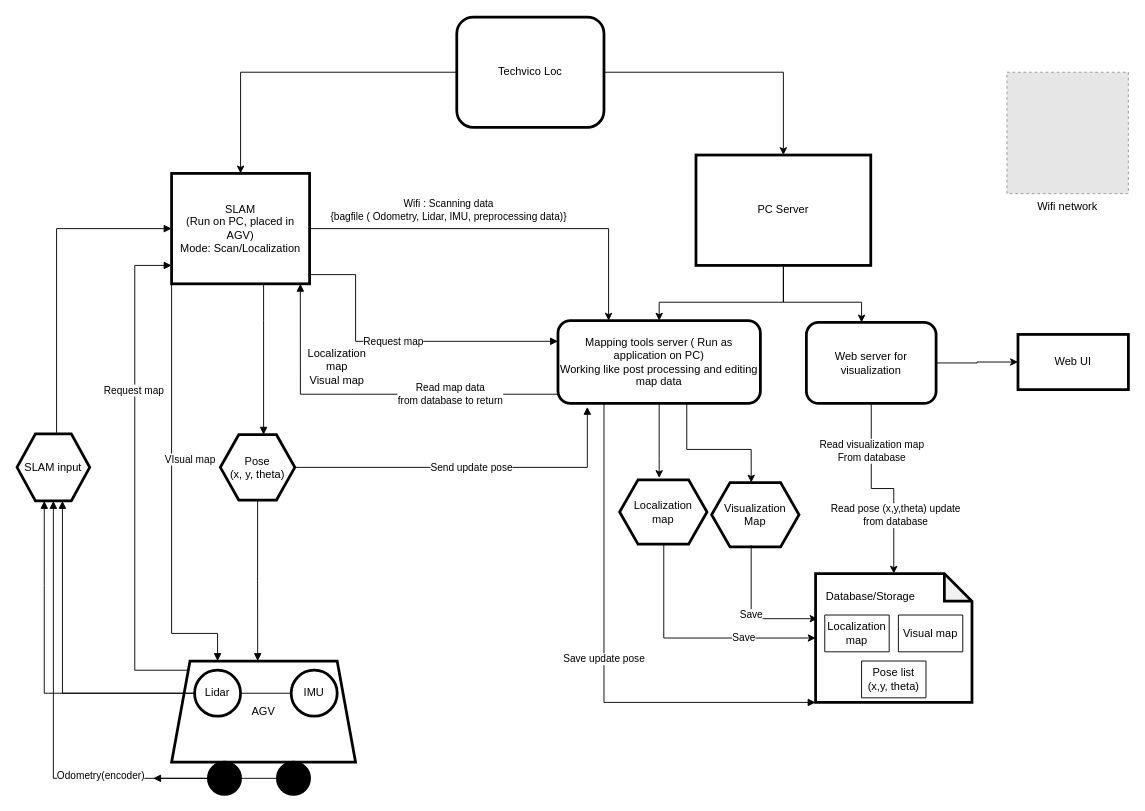
The draw.io diagram lidar2dcamera.drawio in tuencfs/code-samples, before the edit. Source tidied: cells renumbered, new cells numbered last; positions are measured from the earlier drawing's top-left corner, leaving out a move shared by most shapes. Both pictures are drawn from the tidied source at 92%, with x=0, y=0 at pixel (17, 17). Pictures stored in the file or linked from it are replaced by grey dashed boxes.
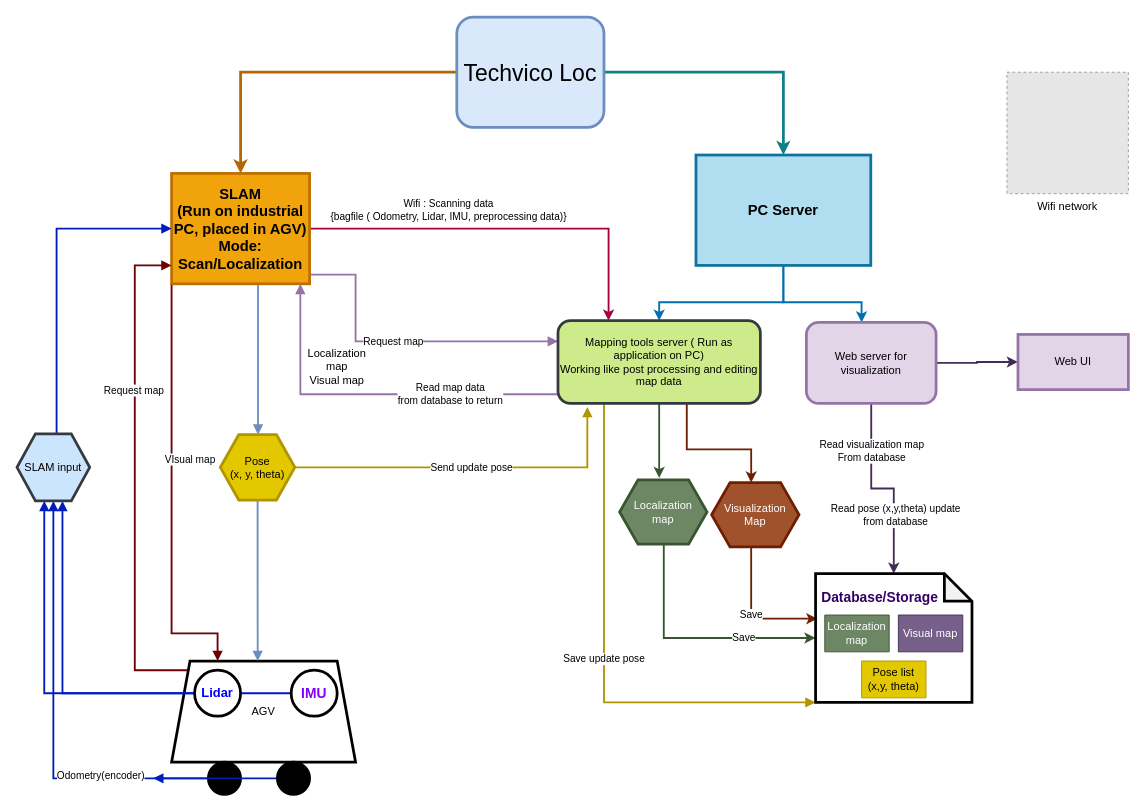
The same page after the edit.

The change refers to these unchanged cells:
```xml
<mxCell id="26" value="AGV" style="shape=trapezoid;perimeter=trapezoidPerimeter;whiteSpace=wrap;html=1;fixedSize=1;strokeWidth=3;" parent="1" vertex="1">
  <mxGeometry x="168" y="700" width="200" height="110" as="geometry" />
</mxCell>
<mxCell id="34" style="shape=note;whiteSpace=wrap;html=1;backgroundOutline=1;darkOpacity=0.05;strokeWidth=3;fillColor=none;" parent="1" vertex="1">
  <mxGeometry x="868" y="605" width="170" height="140" as="geometry" />
</mxCell>
<mxCell id="39" style="ellipse;whiteSpace=wrap;html=1;strokeWidth=3;fillColor=#000000;" parent="1" vertex="1">
  <mxGeometry x="208" y="810" width="35" height="35" as="geometry" />
</mxCell>
<mxCell id="41" style="ellipse;whiteSpace=wrap;html=1;strokeWidth=3;fillColor=#000000;" parent="1" vertex="1">
  <mxGeometry x="283" y="810" width="35" height="35" as="geometry" />
</mxCell>
```

Change to the diagram source:
```diff
@@
-    <mxCell id="2" style="edgeStyle=orthogonalEdgeStyle;rounded=0;jettySize=auto;html=1;entryX=0.5;entryY=0;entryDx=0;entryDy=0;" parent="1" edge="1" source="4" target="10">
+    <mxCell id="2" style="edgeStyle=orthogonalEdgeStyle;rounded=0;jettySize=auto;html=1;entryX=0.5;entryY=0;entryDx=0;entryDy=0;fillColor=#fad7ac;strokeColor=#b46504;strokeWidth=3;" parent="1" edge="1" source="4" target="10">
       <mxGeometry relative="1" as="geometry" />
     </mxCell>
-    <mxCell id="3" style="edgeStyle=orthogonalEdgeStyle;rounded=0;jettySize=auto;html=1;entryX=0.5;entryY=0;entryDx=0;entryDy=0;" parent="1" edge="1" source="4" target="13">
+    <mxCell id="3" style="edgeStyle=orthogonalEdgeStyle;rounded=0;jettySize=auto;html=1;entryX=0.5;entryY=0;entryDx=0;entryDy=0;fillColor=#b0e3e6;strokeColor=#0e8088;strokeWidth=3;" parent="1" edge="1" source="4" target="13">
       <mxGeometry relative="1" as="geometry" />
     </mxCell>
-    <mxCell id="4" value="Techvico Loc" style="rounded=1;whiteSpace=wrap;html=1;strokeWidth=3;" parent="1" vertex="1">
+    <mxCell id="4" value="&lt;font style=&quot;font-size: 25px&quot;&gt;Techvico Loc&lt;/font&gt;" style="rounded=1;whiteSpace=wrap;html=1;strokeWidth=3;fillColor=#dae8fc;strokeColor=#6c8ebf;" parent="1" vertex="1">
       <mxGeometry x="478" width="160" height="120" as="geometry" />
     </mxCell>
-    <mxCell id="5" value="Wifi : Scanning data &lt;br&gt;{bagfile ( Odometry, Lidar, IMU, preprocessing data)}" style="edgeStyle=orthogonalEdgeStyle;rounded=0;jettySize=auto;html=1;entryX=0.25;entryY=0;entryDx=0;entryDy=0;" parent="1" edge="1" source="10" target="23">
+    <mxCell id="5" value="Wifi : Scanning data &lt;br&gt;{bagfile ( Odometry, Lidar, IMU, preprocessing data)}" style="edgeStyle=orthogonalEdgeStyle;rounded=0;jettySize=auto;html=1;entryX=0.25;entryY=0;entryDx=0;entryDy=0;fillColor=#d80073;strokeColor=#A50040;strokeWidth=2;" parent="1" edge="1" source="10" target="23">
       <mxGeometry x="-0.29" y="20" relative="1" as="geometry" />
     </mxCell>
@@
-    <mxCell id="7" value="Request map" style="edgeStyle=orthogonalEdgeStyle;rounded=0;jettySize=auto;html=1;entryX=0;entryY=0.25;entryDx=0;entryDy=0;startArrow=none;startFill=0;endArrow=block;endFill=1;" parent="1" edge="1" target="23">
+    <mxCell id="7" value="Request map" style="edgeStyle=orthogonalEdgeStyle;rounded=0;jettySize=auto;html=1;entryX=0;entryY=0.25;entryDx=0;entryDy=0;startArrow=none;startFill=0;endArrow=block;endFill=1;fillColor=#e1d5e7;strokeColor=#9673a6;strokeWidth=2;" parent="1" edge="1" target="23">
       <mxGeometry relative="1" as="geometry">
         <mxPoint x="318" y="280" as="sourcePoint" />
         <Array as="points">
           <mxPoint x="310" y="280" />
           <mxPoint x="368" y="280" />
           <mxPoint x="368" y="352" />
         </Array>
       </mxGeometry>
     </mxCell>
-    <mxCell id="8" value="VIsual map" style="edgeStyle=orthogonalEdgeStyle;rounded=0;jettySize=auto;html=1;startArrow=none;startFill=0;endArrow=block;endFill=1;exitX=0;exitY=1;exitDx=0;exitDy=0;entryX=0.25;entryY=0;entryDx=0;entryDy=0;" parent="1" edge="1" source="10" target="26">
+    <mxCell id="8" value="VIsual map" style="edgeStyle=orthogonalEdgeStyle;rounded=0;jettySize=auto;html=1;startArrow=none;startFill=0;endArrow=block;endFill=1;exitX=0;exitY=1;exitDx=0;exitDy=0;entryX=0.25;entryY=0;entryDx=0;entryDy=0;fillColor=#a20025;strokeColor=#6F0000;strokeWidth=2;" parent="1" edge="1" source="10" target="26">
       <mxGeometry x="-0.17" y="20" relative="1" as="geometry">
         <Array as="points">
           <mxPoint x="168" y="670" />
           <mxPoint x="218" y="670" />
         </Array>
       </mxGeometry>
     </mxCell>
-    <mxCell id="9" style="edgeStyle=orthogonalEdgeStyle;rounded=0;jettySize=auto;html=1;startArrow=none;startFill=0;endArrow=block;endFill=1;" parent="1" edge="1" source="10" target="51">
+    <mxCell id="9" style="edgeStyle=orthogonalEdgeStyle;rounded=0;jettySize=auto;html=1;startArrow=none;startFill=0;endArrow=block;endFill=1;fillColor=#dae8fc;strokeColor=#6c8ebf;strokeWidth=2;" parent="1" edge="1" source="10" target="51">
       <mxGeometry relative="1" as="geometry">
         <Array as="points">
-          <mxPoint x="268" y="330" />
-          <mxPoint x="268" y="330" />
+          <mxPoint x="262" y="387" />
+          <mxPoint x="262" y="387" />
         </Array>
       </mxGeometry>
     </mxCell>
-    <mxCell id="10" value="SLAM&lt;br&gt;(Run on PC, placed in AGV)&lt;br&gt;Mode: Scan/Localization" style="rounded=0;whiteSpace=wrap;html=1;strokeWidth=3;" parent="1" vertex="1">
+    <mxCell id="10" value="&lt;font style=&quot;font-size: 16px&quot;&gt;&lt;b&gt;SLAM&lt;br&gt;(Run on industrial PC, placed in AGV)&lt;br&gt;Mode: Scan/Localization&lt;/b&gt;&lt;/font&gt;" style="rounded=0;whiteSpace=wrap;html=1;strokeWidth=3;fillColor=#f0a30a;strokeColor=#BD7000;fontColor=#000000;" parent="1" vertex="1">
       <mxGeometry x="168" y="170" width="150" height="120" as="geometry" />
     </mxCell>
-    <mxCell id="11" style="edgeStyle=orthogonalEdgeStyle;rounded=0;jettySize=auto;html=1;entryX=0.5;entryY=0;entryDx=0;entryDy=0;" parent="1" edge="1" source="13" target="23">
+    <mxCell id="11" style="edgeStyle=orthogonalEdgeStyle;rounded=0;jettySize=auto;html=1;entryX=0.5;entryY=0;entryDx=0;entryDy=0;fillColor=#1ba1e2;strokeColor=#006EAF;strokeWidth=2;" parent="1" edge="1" source="13" target="23">
       <mxGeometry relative="1" as="geometry">
         <Array as="points">
           <mxPoint x="833" y="310" />
           <mxPoint x="698" y="310" />
         </Array>
       </mxGeometry>
     </mxCell>
-    <mxCell id="12" style="edgeStyle=orthogonalEdgeStyle;rounded=0;jettySize=auto;html=1;" parent="1" edge="1" source="13" target="17">
+    <mxCell id="12" style="edgeStyle=orthogonalEdgeStyle;rounded=0;jettySize=auto;html=1;fillColor=#1ba1e2;strokeColor=#006EAF;strokeWidth=2;" parent="1" edge="1" source="13" target="17">
       <mxGeometry relative="1" as="geometry">
         <Array as="points">
           <mxPoint x="833" y="310" />
           <mxPoint x="918" y="310" />
         </Array>
       </mxGeometry>
     </mxCell>
-    <mxCell id="13" value="PC Server" style="rounded=0;whiteSpace=wrap;html=1;strokeWidth=3;" parent="1" vertex="1">
+    <mxCell id="13" value="&lt;font style=&quot;font-size: 16px&quot;&gt;&lt;b&gt;PC Server&lt;/b&gt;&lt;/font&gt;" style="rounded=0;whiteSpace=wrap;html=1;strokeWidth=3;fillColor=#b1ddf0;strokeColor=#10739e;" parent="1" vertex="1">
       <mxGeometry x="738" y="150" width="190" height="120" as="geometry" />
     </mxCell>
-    <mxCell id="14" value="Read visualization map&lt;br&gt;From database" style="edgeStyle=orthogonalEdgeStyle;rounded=0;jettySize=auto;html=1;" parent="1" edge="1" source="17" target="34">
+    <mxCell id="14" value="Read visualization map&lt;br&gt;From database" style="edgeStyle=orthogonalEdgeStyle;rounded=0;jettySize=auto;html=1;fillColor=#76608a;strokeColor=#432D57;strokeWidth=2;" parent="1" edge="1" source="17" target="34">
       <mxGeometry x="-0.49" relative="1" as="geometry">
         <mxPoint y="-1" as="offset" />
       </mxGeometry>
     </mxCell>
@@
-    <mxCell id="16" style="edgeStyle=orthogonalEdgeStyle;rounded=0;jettySize=auto;html=1;entryX=0;entryY=0.5;entryDx=0;entryDy=0;" parent="1" edge="1" source="17" target="33">
+    <mxCell id="16" style="edgeStyle=orthogonalEdgeStyle;rounded=0;jettySize=auto;html=1;entryX=0;entryY=0.5;entryDx=0;entryDy=0;fillColor=#76608a;strokeColor=#432D57;strokeWidth=2;" parent="1" edge="1" source="17" target="33">
       <mxGeometry relative="1" as="geometry" />
     </mxCell>
-    <mxCell id="17" value="Web server for visualization" style="rounded=1;whiteSpace=wrap;html=1;strokeWidth=3;" parent="1" vertex="1">
+    <mxCell id="17" value="Web server for visualization" style="rounded=1;whiteSpace=wrap;html=1;strokeWidth=3;fillColor=#e1d5e7;strokeColor=#9673a6;" parent="1" vertex="1">
       <mxGeometry x="858" y="332" width="141" height="88" as="geometry" />
     </mxCell>
-    <mxCell id="18" style="edgeStyle=orthogonalEdgeStyle;rounded=0;jettySize=auto;html=1;" parent="1" edge="1" source="23">
+    <mxCell id="18" style="edgeStyle=orthogonalEdgeStyle;rounded=0;jettySize=auto;html=1;fillColor=#6d8764;strokeColor=#3A5431;strokeWidth=2;" parent="1" edge="1" source="23">
       <mxGeometry relative="1" as="geometry">
         <mxPoint x="698" y="501" as="targetPoint" />
         <Array as="points">
           <mxPoint x="698" y="480" />
           <mxPoint x="698" y="480" />
         </Array>
       </mxGeometry>
     </mxCell>
-    <mxCell id="19" style="edgeStyle=orthogonalEdgeStyle;rounded=0;jettySize=auto;html=1;entryX=0.453;entryY=0;entryDx=0;entryDy=0;entryPerimeter=0;" parent="1" edge="1" source="23" target="53">
+    <mxCell id="19" style="edgeStyle=orthogonalEdgeStyle;rounded=0;jettySize=auto;html=1;entryX=0.453;entryY=0;entryDx=0;entryDy=0;entryPerimeter=0;fillColor=#a0522d;strokeColor=#6D1F00;strokeWidth=2;" parent="1" edge="1" source="23" target="53">
       <mxGeometry relative="1" as="geometry">
         <Array as="points">
           <mxPoint x="728" y="470" />
           <mxPoint x="798" y="470" />
         </Array>
       </mxGeometry>
     </mxCell>
-    <mxCell id="20" style="edgeStyle=orthogonalEdgeStyle;rounded=0;jettySize=auto;html=1;entryX=0.933;entryY=1;entryDx=0;entryDy=0;entryPerimeter=0;startArrow=none;startFill=0;endArrow=block;endFill=1;" parent="1" edge="1" source="23" target="10">
+    <mxCell id="20" style="edgeStyle=orthogonalEdgeStyle;rounded=0;jettySize=auto;html=1;entryX=0.933;entryY=1;entryDx=0;entryDy=0;entryPerimeter=0;startArrow=none;startFill=0;endArrow=block;endFill=1;fillColor=#e1d5e7;strokeColor=#9673a6;strokeWidth=2;" parent="1" edge="1" source="23" target="10">
       <mxGeometry relative="1" as="geometry">
         <Array as="points">
           <mxPoint x="308" y="410" />
         </Array>
       </mxGeometry>
     </mxCell>
@@
-    <mxCell id="22" value="Save update pose" style="edgeStyle=orthogonalEdgeStyle;rounded=0;jettySize=auto;html=1;entryX=0;entryY=1;entryDx=0;entryDy=0;entryPerimeter=0;startArrow=none;startFill=0;endArrow=block;endFill=1;" parent="1" edge="1" source="23" target="34">
+    <mxCell id="22" value="Save update pose" style="edgeStyle=orthogonalEdgeStyle;rounded=0;jettySize=auto;html=1;entryX=0;entryY=1;entryDx=0;entryDy=0;entryPerimeter=0;startArrow=none;startFill=0;endArrow=block;endFill=1;fillColor=#e3c800;strokeColor=#B09500;strokeWidth=2;" parent="1" edge="1" source="23" target="34">
       <mxGeometry relative="1" as="geometry">
         <Array as="points">
           <mxPoint x="638" y="745" />
         </Array>
       </mxGeometry>
     </mxCell>
-    <mxCell id="23" value="Mapping tools server ( Run as application on PC)&lt;br&gt;Working like post processing and editing map data" style="rounded=1;whiteSpace=wrap;html=1;strokeWidth=3;" parent="1" vertex="1">
+    <mxCell id="23" value="Mapping tools server ( Run as application on PC)&lt;br&gt;Working like post processing and editing map data" style="rounded=1;whiteSpace=wrap;html=1;strokeWidth=3;fillColor=#cdeb8b;strokeColor=#36393d;" parent="1" vertex="1">
       <mxGeometry x="588" y="330" width="220" height="90" as="geometry" />
     </mxCell>
-    <mxCell id="24" style="edgeStyle=orthogonalEdgeStyle;rounded=0;jettySize=auto;html=1;startArrow=none;startFill=0;endArrow=block;endFill=1;exitX=0;exitY=0;exitDx=0;exitDy=0;" parent="1" edge="1" source="26">
+    <mxCell id="24" style="edgeStyle=orthogonalEdgeStyle;rounded=0;jettySize=auto;html=1;startArrow=none;startFill=0;endArrow=block;endFill=1;exitX=0;exitY=0;exitDx=0;exitDy=0;fillColor=#a20025;strokeColor=#6F0000;strokeWidth=2;" parent="1" edge="1" source="26">
       <mxGeometry relative="1" as="geometry">
         <mxPoint x="168" y="270" as="targetPoint" />
         <Array as="points">
           <mxPoint x="128" y="710" />
           <mxPoint x="128" y="270" />
         </Array>
       </mxGeometry>
     </mxCell>
@@
-    <mxCell id="27" style="edgeStyle=orthogonalEdgeStyle;rounded=0;jettySize=auto;html=1;entryX=0.375;entryY=1;entryDx=0;entryDy=0;startArrow=none;startFill=0;endArrow=block;endFill=1;" parent="1" edge="1" source="28" target="46">
+    <mxCell id="27" style="edgeStyle=orthogonalEdgeStyle;rounded=0;jettySize=auto;html=1;entryX=0.375;entryY=1;entryDx=0;entryDy=0;startArrow=none;startFill=0;endArrow=block;endFill=1;fillColor=#0050ef;strokeColor=#001DBC;strokeWidth=2;" parent="1" edge="1" source="28" target="46">
       <mxGeometry relative="1" as="geometry" />
     </mxCell>
-    <mxCell id="28" value="IMU" style="ellipse;whiteSpace=wrap;html=1;strokeWidth=3;" parent="1" vertex="1">
+    <mxCell id="28" value="&lt;font color=&quot;#7f00ff&quot; size=&quot;1&quot;&gt;&lt;b style=&quot;font-size: 15px&quot;&gt;IMU&lt;/b&gt;&lt;/font&gt;" style="ellipse;whiteSpace=wrap;html=1;strokeWidth=3;" parent="1" vertex="1">
       <mxGeometry x="298" y="710" width="50" height="50" as="geometry" />
     </mxCell>
-    <mxCell id="29" style="edgeStyle=orthogonalEdgeStyle;rounded=0;jettySize=auto;html=1;startArrow=none;startFill=0;endArrow=block;endFill=1;entryX=0.625;entryY=1;entryDx=0;entryDy=0;" parent="1" edge="1" source="30" target="46">
+    <mxCell id="29" style="edgeStyle=orthogonalEdgeStyle;rounded=0;jettySize=auto;html=1;startArrow=none;startFill=0;endArrow=block;endFill=1;entryX=0.625;entryY=1;entryDx=0;entryDy=0;fillColor=#0050ef;strokeColor=#001DBC;strokeWidth=2;" parent="1" edge="1" source="30" target="46">
       <mxGeometry relative="1" as="geometry" />
     </mxCell>
-    <mxCell id="30" value="Lidar" style="ellipse;whiteSpace=wrap;html=1;strokeWidth=3;" parent="1" vertex="1">
+    <mxCell id="30" value="&lt;font style=&quot;font-size: 14px&quot; color=&quot;#0000ff&quot;&gt;&lt;b&gt;Lidar&lt;/b&gt;&lt;/font&gt;" style="ellipse;whiteSpace=wrap;html=1;strokeWidth=3;" parent="1" vertex="1">
       <mxGeometry x="193" y="710" width="50" height="50" as="geometry" />
     </mxCell>
-    <mxCell id="31" value="Save" style="edgeStyle=orthogonalEdgeStyle;rounded=0;jettySize=auto;html=1;entryX=0;entryY=0.5;entryDx=0;entryDy=0;entryPerimeter=0;exitX=0.625;exitY=1;exitDx=0;exitDy=0;" parent="1" edge="1" source="52" target="34">
+    <mxCell id="31" value="Save" style="edgeStyle=orthogonalEdgeStyle;rounded=0;jettySize=auto;html=1;entryX=0;entryY=0.5;entryDx=0;entryDy=0;entryPerimeter=0;exitX=0.625;exitY=1;exitDx=0;exitDy=0;fillColor=#6d8764;strokeColor=#3A5431;strokeWidth=2;" parent="1" edge="1" source="52" target="34">
       <mxGeometry x="0.44" relative="1" as="geometry">
         <Array as="points">
           <mxPoint x="703" y="573" />
           <mxPoint x="703" y="675" />
         </Array>
       </mxGeometry>
     </mxCell>
-    <mxCell id="32" value="Save" style="edgeStyle=orthogonalEdgeStyle;rounded=0;jettySize=auto;html=1;entryX=0.012;entryY=0.35;entryDx=0;entryDy=0;entryPerimeter=0;" parent="1" edge="1" target="34">
+    <mxCell id="32" value="Save" style="edgeStyle=orthogonalEdgeStyle;rounded=0;jettySize=auto;html=1;entryX=0.012;entryY=0.35;entryDx=0;entryDy=0;entryPerimeter=0;fillColor=#a0522d;strokeColor=#6D1F00;strokeWidth=2;" parent="1" edge="1" target="34">
       <mxGeometry relative="1" as="geometry">
         <mxPoint x="798" y="574" as="sourcePoint" />
         <Array as="points">
           <mxPoint x="798" y="654" />
         </Array>
       </mxGeometry>
     </mxCell>
-    <mxCell id="33" value="Web UI" style="rounded=0;whiteSpace=wrap;html=1;strokeWidth=3;fillColor=none;" parent="1" vertex="1">
+    <mxCell id="33" value="Web UI" style="rounded=0;whiteSpace=wrap;html=1;strokeWidth=3;fillColor=#e1d5e7;strokeColor=#9673a6;" parent="1" vertex="1">
       <mxGeometry x="1088" y="345" width="120" height="60" as="geometry" />
     </mxCell>
@@
-    <mxCell id="35" value="Database/Storage" style="text;html=1;strokeColor=none;fillColor=none;align=center;verticalAlign=middle;whiteSpace=wrap;rounded=0;" parent="1" vertex="1">
-      <mxGeometry x="908" y="620" width="40" height="20" as="geometry" />
+    <mxCell id="35" value="&lt;font style=&quot;font-size: 15px&quot; color=&quot;#330066&quot;&gt;&lt;b&gt;Database/Storage&lt;/b&gt;&lt;/font&gt;" style="text;html=1;strokeColor=none;fillColor=none;align=center;verticalAlign=middle;whiteSpace=wrap;rounded=0;" parent="1" vertex="1">
+      <mxGeometry x="918" y="620" width="40" height="20" as="geometry" />
     </mxCell>
@@
-    <mxCell id="37" style="edgeStyle=orthogonalEdgeStyle;rounded=0;jettySize=auto;html=1;entryX=0.5;entryY=1;entryDx=0;entryDy=0;startArrow=none;startFill=0;endArrow=block;endFill=1;" parent="1" edge="1" source="39" target="46">
+    <mxCell id="37" style="edgeStyle=orthogonalEdgeStyle;rounded=0;jettySize=auto;html=1;entryX=0.5;entryY=1;entryDx=0;entryDy=0;startArrow=none;startFill=0;endArrow=block;endFill=1;fillColor=#0050ef;strokeColor=#001DBC;strokeWidth=2;" parent="1" edge="1" source="39" target="46">
       <mxGeometry relative="1" as="geometry" />
     </mxCell>
@@
-    <mxCell id="40" style="edgeStyle=orthogonalEdgeStyle;rounded=0;jettySize=auto;html=1;startArrow=none;startFill=0;endArrow=block;endFill=1;" parent="1" edge="1" source="41">
+    <mxCell id="40" style="edgeStyle=orthogonalEdgeStyle;rounded=0;jettySize=auto;html=1;startArrow=none;startFill=0;endArrow=block;endFill=1;fillColor=#0050ef;strokeColor=#001DBC;strokeWidth=2;" parent="1" edge="1" source="41">
       <mxGeometry relative="1" as="geometry">
         <mxPoint x="148" y="827.5" as="targetPoint" />
       </mxGeometry>
     </mxCell>
@@
-    <mxCell id="42" value="Localization map" style="shape=card;whiteSpace=wrap;html=1;strokeWidth=1;fillColor=none;size=0;" parent="1" vertex="1">
+    <mxCell id="42" value="Localization map" style="shape=card;whiteSpace=wrap;html=1;strokeWidth=1;fillColor=#6d8764;size=0;strokeColor=#3A5431;fontColor=#ffffff;" parent="1" vertex="1">
       <mxGeometry x="878" y="650" width="70" height="40" as="geometry" />
     </mxCell>
-    <mxCell id="43" value="Visual map" style="shape=card;whiteSpace=wrap;html=1;strokeWidth=1;fillColor=none;size=0;" parent="1" vertex="1">
+    <mxCell id="43" value="Visual map" style="shape=card;whiteSpace=wrap;html=1;strokeWidth=1;fillColor=#76608a;size=0;strokeColor=#432D57;fontColor=#ffffff;" parent="1" vertex="1">
       <mxGeometry x="958" y="650" width="70" height="40" as="geometry" />
     </mxCell>
-    <mxCell id="44" value="Pose list (x,y, theta)" style="shape=card;whiteSpace=wrap;html=1;strokeWidth=1;fillColor=none;size=0;" parent="1" vertex="1">
+    <mxCell id="44" value="Pose list (x,y, theta)" style="shape=card;whiteSpace=wrap;html=1;strokeWidth=1;fillColor=#e3c800;size=0;strokeColor=#B09500;fontColor=#000000;" parent="1" vertex="1">
       <mxGeometry x="918" y="700" width="70" height="40" as="geometry" />
     </mxCell>
-    <mxCell id="45" style="edgeStyle=orthogonalEdgeStyle;rounded=0;jettySize=auto;html=1;entryX=0;entryY=0.5;entryDx=0;entryDy=0;startArrow=none;startFill=0;endArrow=block;endFill=1;" parent="1" edge="1" source="46" target="10">
+    <mxCell id="45" style="edgeStyle=orthogonalEdgeStyle;rounded=0;jettySize=auto;html=1;entryX=0;entryY=0.5;entryDx=0;entryDy=0;startArrow=none;startFill=0;endArrow=block;endFill=1;fillColor=#0050ef;strokeColor=#001DBC;strokeWidth=2;" parent="1" edge="1" source="46" target="10">
       <mxGeometry relative="1" as="geometry">
         <Array as="points">
           <mxPoint x="43" y="230" />
         </Array>
       </mxGeometry>
     </mxCell>
-    <mxCell id="46" value="SLAM input" style="shape=hexagon;perimeter=hexagonPerimeter2;whiteSpace=wrap;html=1;fixedSize=1;strokeWidth=3;fillColor=none;" parent="1" vertex="1">
+    <mxCell id="46" value="SLAM input" style="shape=hexagon;perimeter=hexagonPerimeter2;whiteSpace=wrap;html=1;fixedSize=1;strokeWidth=3;fillColor=#cce5ff;strokeColor=#36393d;" parent="1" vertex="1">
       <mxGeometry y="453" width="79" height="73" as="geometry" />
     </mxCell>
@@
-    <mxCell id="49" style="edgeStyle=orthogonalEdgeStyle;rounded=0;jettySize=auto;html=1;entryX=0.468;entryY=0;entryDx=0;entryDy=0;startArrow=none;startFill=0;endArrow=block;endFill=1;entryPerimeter=0;" parent="1" edge="1" source="51" target="26">
+    <mxCell id="49" style="edgeStyle=orthogonalEdgeStyle;rounded=0;jettySize=auto;html=1;entryX=0.468;entryY=0;entryDx=0;entryDy=0;startArrow=none;startFill=0;endArrow=block;endFill=1;entryPerimeter=0;fillColor=#dae8fc;strokeColor=#6c8ebf;strokeWidth=2;" parent="1" edge="1" source="51" target="26">
       <mxGeometry relative="1" as="geometry" />
     </mxCell>
-    <mxCell id="50" value="Send update pose" style="edgeStyle=orthogonalEdgeStyle;rounded=0;jettySize=auto;html=1;entryX=0.145;entryY=1.042;entryDx=0;entryDy=0;entryPerimeter=0;startArrow=none;startFill=0;endArrow=block;endFill=1;" parent="1" edge="1" source="51" target="23">
+    <mxCell id="50" value="Send update pose" style="edgeStyle=orthogonalEdgeStyle;rounded=0;jettySize=auto;html=1;entryX=0.145;entryY=1.042;entryDx=0;entryDy=0;entryPerimeter=0;startArrow=none;startFill=0;endArrow=block;endFill=1;fillColor=#e3c800;strokeColor=#B09500;strokeWidth=2;" parent="1" edge="1" source="51" target="23">
       <mxGeometry relative="1" as="geometry" />
     </mxCell>
-    <mxCell id="51" value="Pose&lt;br&gt;(x, y, theta)" style="shape=hexagon;perimeter=hexagonPerimeter2;whiteSpace=wrap;html=1;fixedSize=1;strokeWidth=3;fillColor=none;" parent="1" vertex="1">
+    <mxCell id="51" value="Pose&lt;br&gt;(x, y, theta)" style="shape=hexagon;perimeter=hexagonPerimeter2;whiteSpace=wrap;html=1;fixedSize=1;strokeWidth=3;fillColor=#e3c800;strokeColor=#B09500;fontColor=#000000;" parent="1" vertex="1">
       <mxGeometry x="221" y="454" width="81" height="71" as="geometry" />
     </mxCell>
-    <mxCell id="52" value="Localization&lt;br&gt;map" style="shape=hexagon;perimeter=hexagonPerimeter2;whiteSpace=wrap;html=1;fixedSize=1;strokeWidth=3;fillColor=none;" parent="1" vertex="1">
+    <mxCell id="52" value="Localization&lt;br&gt;map" style="shape=hexagon;perimeter=hexagonPerimeter2;whiteSpace=wrap;html=1;fixedSize=1;strokeWidth=3;fillColor=#6d8764;strokeColor=#3A5431;fontColor=#ffffff;" parent="1" vertex="1">
       <mxGeometry x="655" y="503" width="95" height="70" as="geometry" />
     </mxCell>
-    <mxCell id="53" value="Visualization&lt;br&gt;Map" style="shape=hexagon;perimeter=hexagonPerimeter2;whiteSpace=wrap;html=1;fixedSize=1;strokeWidth=3;fillColor=none;" parent="1" vertex="1">
+    <mxCell id="53" value="Visualization&lt;br&gt;Map" style="shape=hexagon;perimeter=hexagonPerimeter2;whiteSpace=wrap;html=1;fixedSize=1;strokeWidth=3;fillColor=#a0522d;strokeColor=#6D1F00;fontColor=#ffffff;" parent="1" vertex="1">
       <mxGeometry x="755" y="506" width="95" height="70" as="geometry" />
     </mxCell>
```
